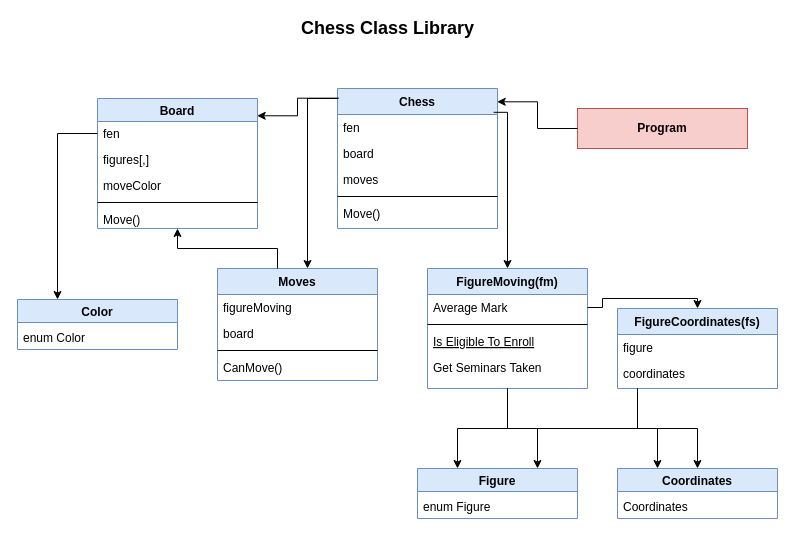
This is ChessClassLibrary/ChessClassLibrary.drawio from kerpichkristi/Chess, a draw.io file, before an edit. Source tidied: cells renumbered, new cells numbered last; positions are measured from the earlier drawing's top-left corner, leaving out a move shared by most shapes. Both pictures are drawn from the tidied source at 100%, with x=0, y=0 at pixel (17, 18).
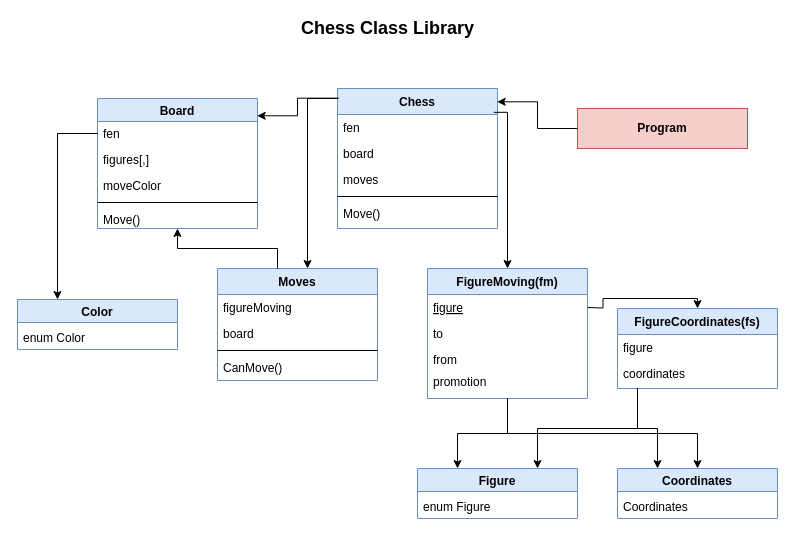
Above is the later version.

The change refers to these unchanged cells:
```xml
<mxCell id="12" value="FigureCoordinates(fs)" style="swimlane;fontStyle=1;align=center;verticalAlign=top;horizontal=1;startSize=26;rounded=0;shadow=0;strokeWidth=1;strokeColor=#6c8ebf;swimlaneLine=1;fillColor=#dae8fc;" parent="1" vertex="1">
  <mxGeometry x="600" y="290" width="160" height="80" as="geometry" />
</mxCell>
```

Diff of the diagram source:
```diff
@@
     <mxCell id="7" value="FigureMoving(fm)" style="swimlane;fontStyle=1;align=center;verticalAlign=top;horizontal=1;startSize=26;rounded=0;shadow=0;strokeWidth=1;fillColor=#dae8fc;strokeColor=#6c8ebf;" parent="1" vertex="1">
-      <mxGeometry x="410" y="250" width="160" height="120" as="geometry" />
+      <mxGeometry x="410" y="250" width="160" height="130" as="geometry" />
     </mxCell>
-    <mxCell id="8" value="Average Mark" style="text;align=left;verticalAlign=top;spacingLeft=4;spacingRight=4;overflow=hidden;points=[[0,0.5],[1,0.5]];portConstraint=eastwest;rounded=0;shadow=0;html=0;" parent="7" vertex="1">
-      <mxGeometry y="26" width="160" height="26" as="geometry" />
-    </mxCell>
-    <mxCell id="9" style="line;html=1;strokeWidth=1;align=left;verticalAlign=middle;spacingTop=-1;spacingLeft=3;spacingRight=3;labelPosition=right;" parent="7" vertex="1">
-      <mxGeometry y="52" width="160" height="8" as="geometry" />
-    </mxCell>
-    <mxCell id="10" value="Is Eligible To Enroll" style="text;align=left;verticalAlign=top;spacingLeft=4;spacingRight=4;overflow=hidden;fontStyle=4;" parent="7" vertex="1">
-      <mxGeometry y="60" width="160" height="26" as="geometry" />
+    <mxCell id="10" value="figure" style="text;align=left;verticalAlign=top;spacingLeft=4;spacingRight=4;overflow=hidden;fontStyle=4;" parent="7" vertex="1">
+      <mxGeometry y="26" width="160" height="26" as="geometry" />
     </mxCell>
-    <mxCell id="11" value="Get Seminars Taken" style="text;align=left;verticalAlign=top;spacingLeft=4;spacingRight=4;overflow=hidden;" parent="7" vertex="1">
-      <mxGeometry y="86" width="160" height="26" as="geometry" />
+    <mxCell id="11" value="to&#10;" style="text;align=left;verticalAlign=top;spacingLeft=4;spacingRight=4;overflow=hidden;" parent="7" vertex="1">
+      <mxGeometry y="52" width="160" height="26" as="geometry" />
     </mxCell>
+    <mxCell id="46" value="from" style="text;align=left;verticalAlign=top;spacingLeft=4;spacingRight=4;overflow=hidden;" parent="7" vertex="1">
+      <mxGeometry y="78" width="160" height="22" as="geometry" />
+    </mxCell>
+    <mxCell id="47" value="promotion" style="text;align=left;verticalAlign=top;spacingLeft=4;spacingRight=4;overflow=hidden;" parent="7" vertex="1">
+      <mxGeometry y="100" width="160" height="22" as="geometry" />
+    </mxCell>
@@
-    <mxCell id="40" style="endArrow=classic;html=1;rounded=0;edgeStyle=orthogonalEdgeStyle;entryX=0.5;entryY=0;entryDx=0;entryDy=0;exitX=1;exitY=0.5;exitDx=0;exitDy=0;" parent="1" edge="1" source="8" target="12">
-      <mxGeometry relative="1" as="geometry" />
+    <mxCell id="40" style="endArrow=classic;html=1;rounded=0;edgeStyle=orthogonalEdgeStyle;entryX=0.5;entryY=0;entryDx=0;entryDy=0;exitX=1;exitY=0.5;exitDx=0;exitDy=0;" parent="1" edge="1" target="12">
+      <mxGeometry relative="1" as="geometry">
+        <mxPoint x="570" y="289" as="sourcePoint" />
+      </mxGeometry>
     </mxCell>
```
